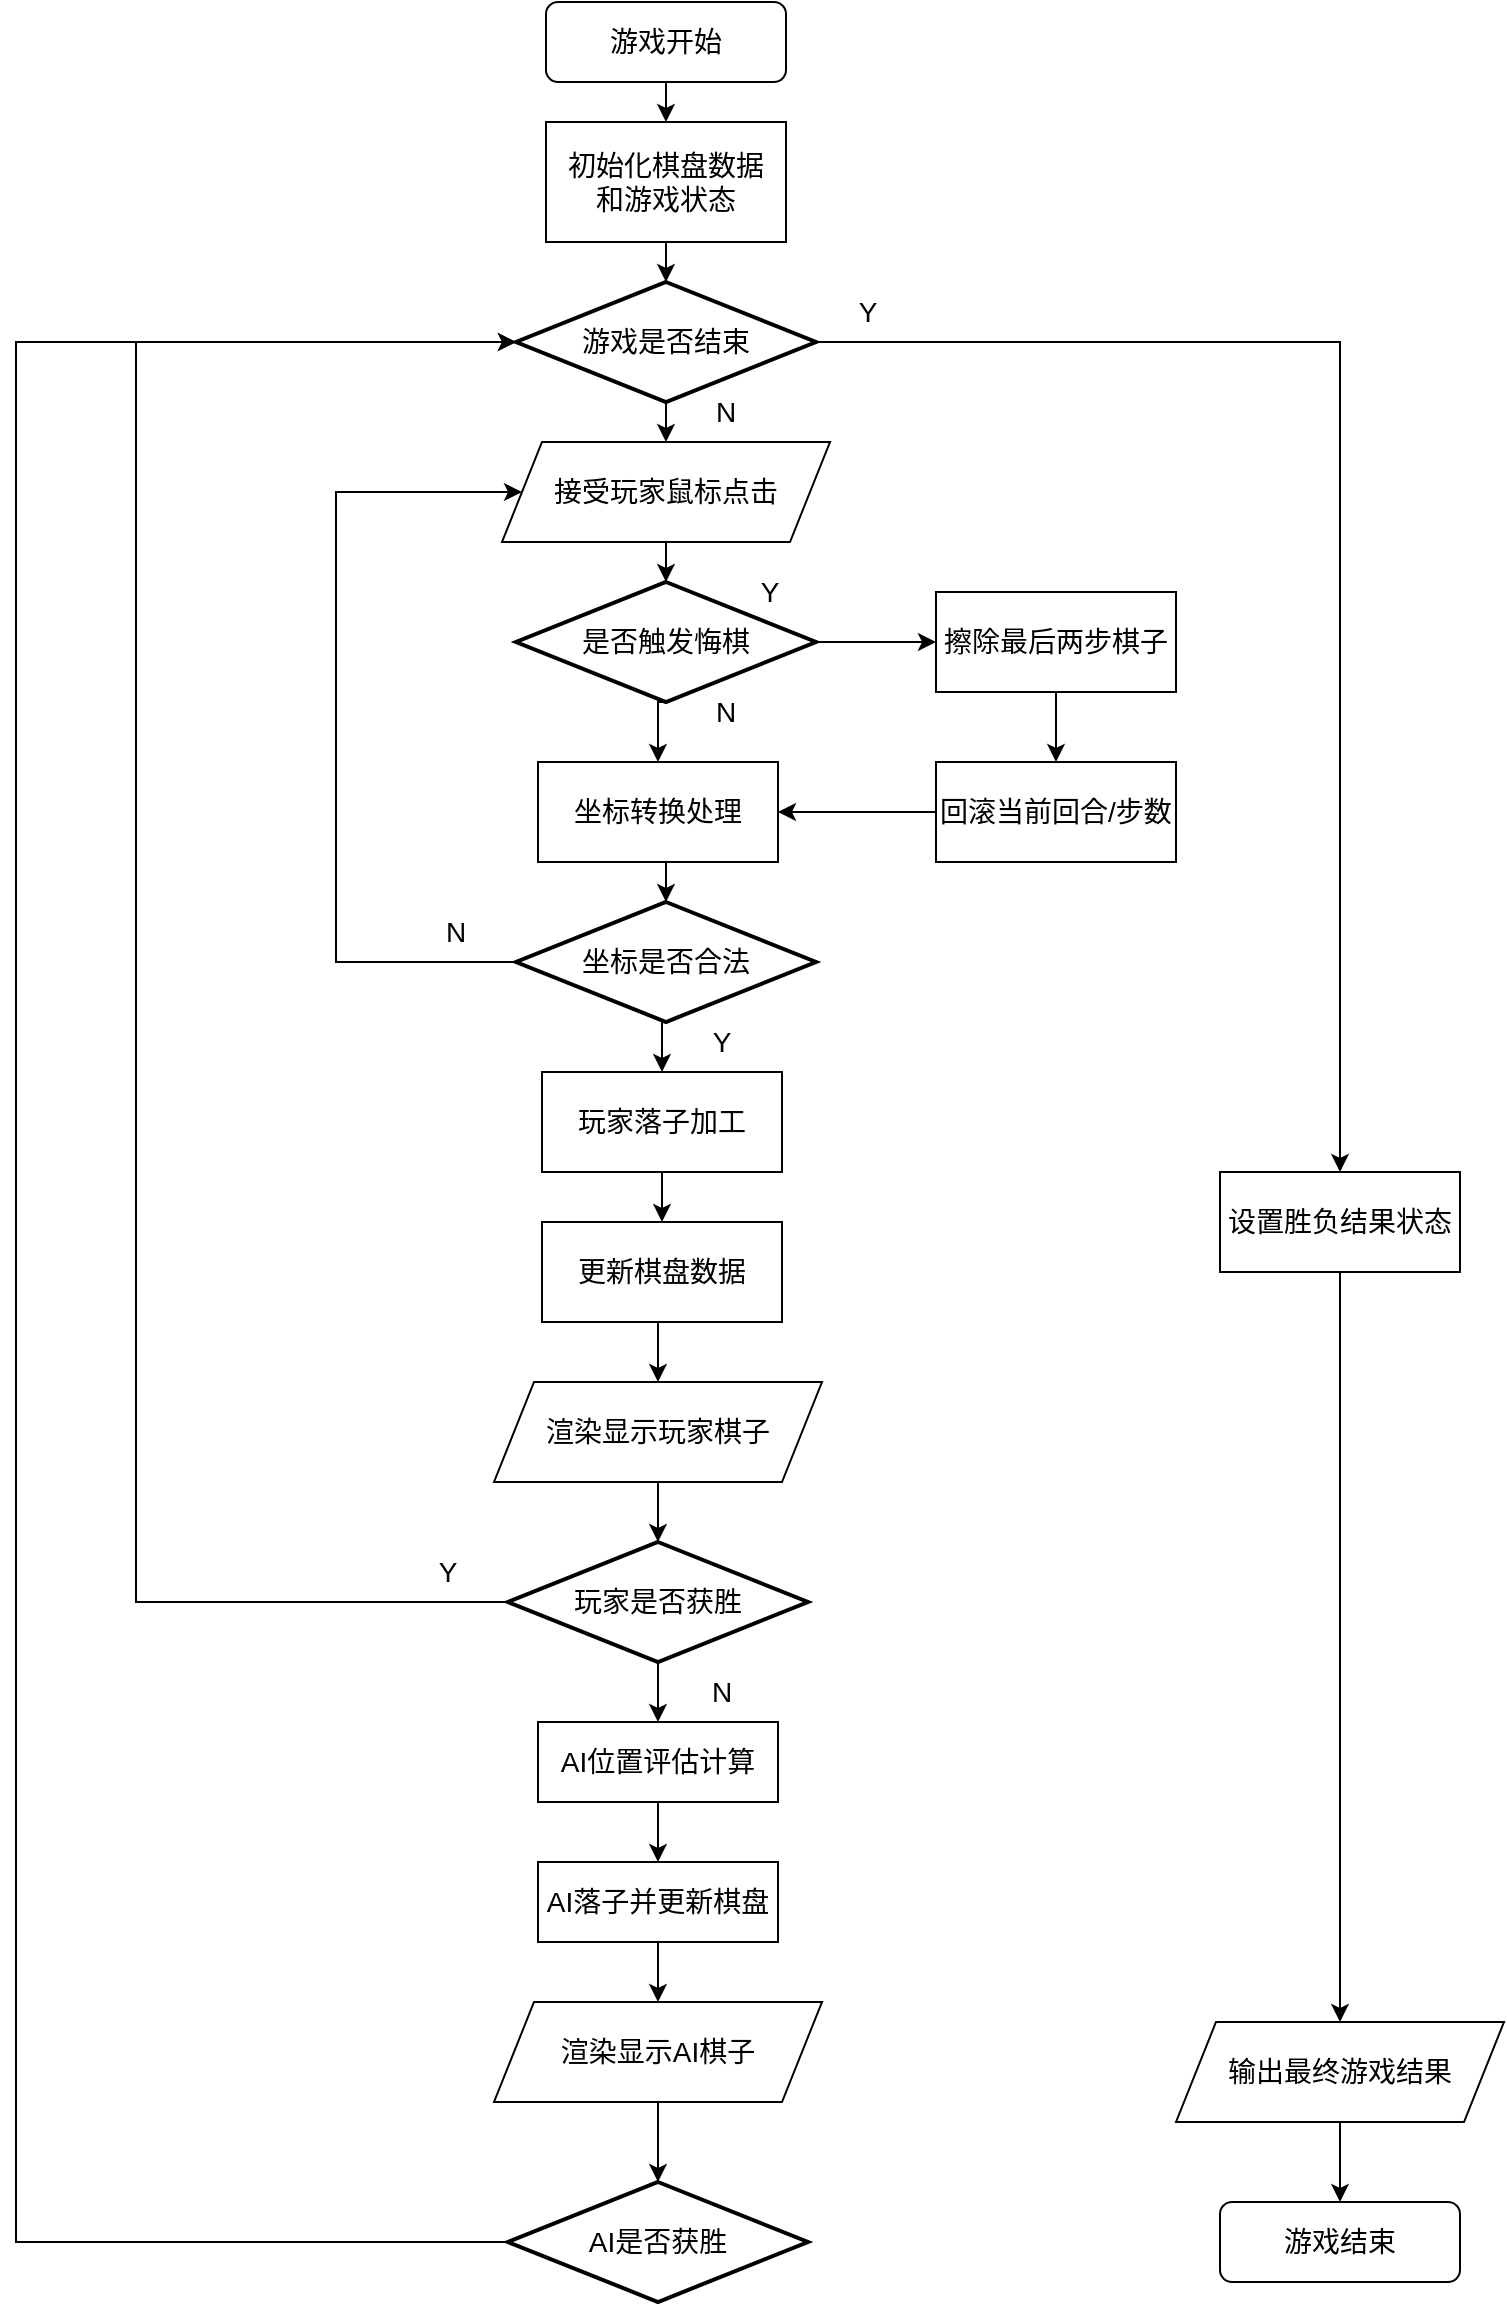
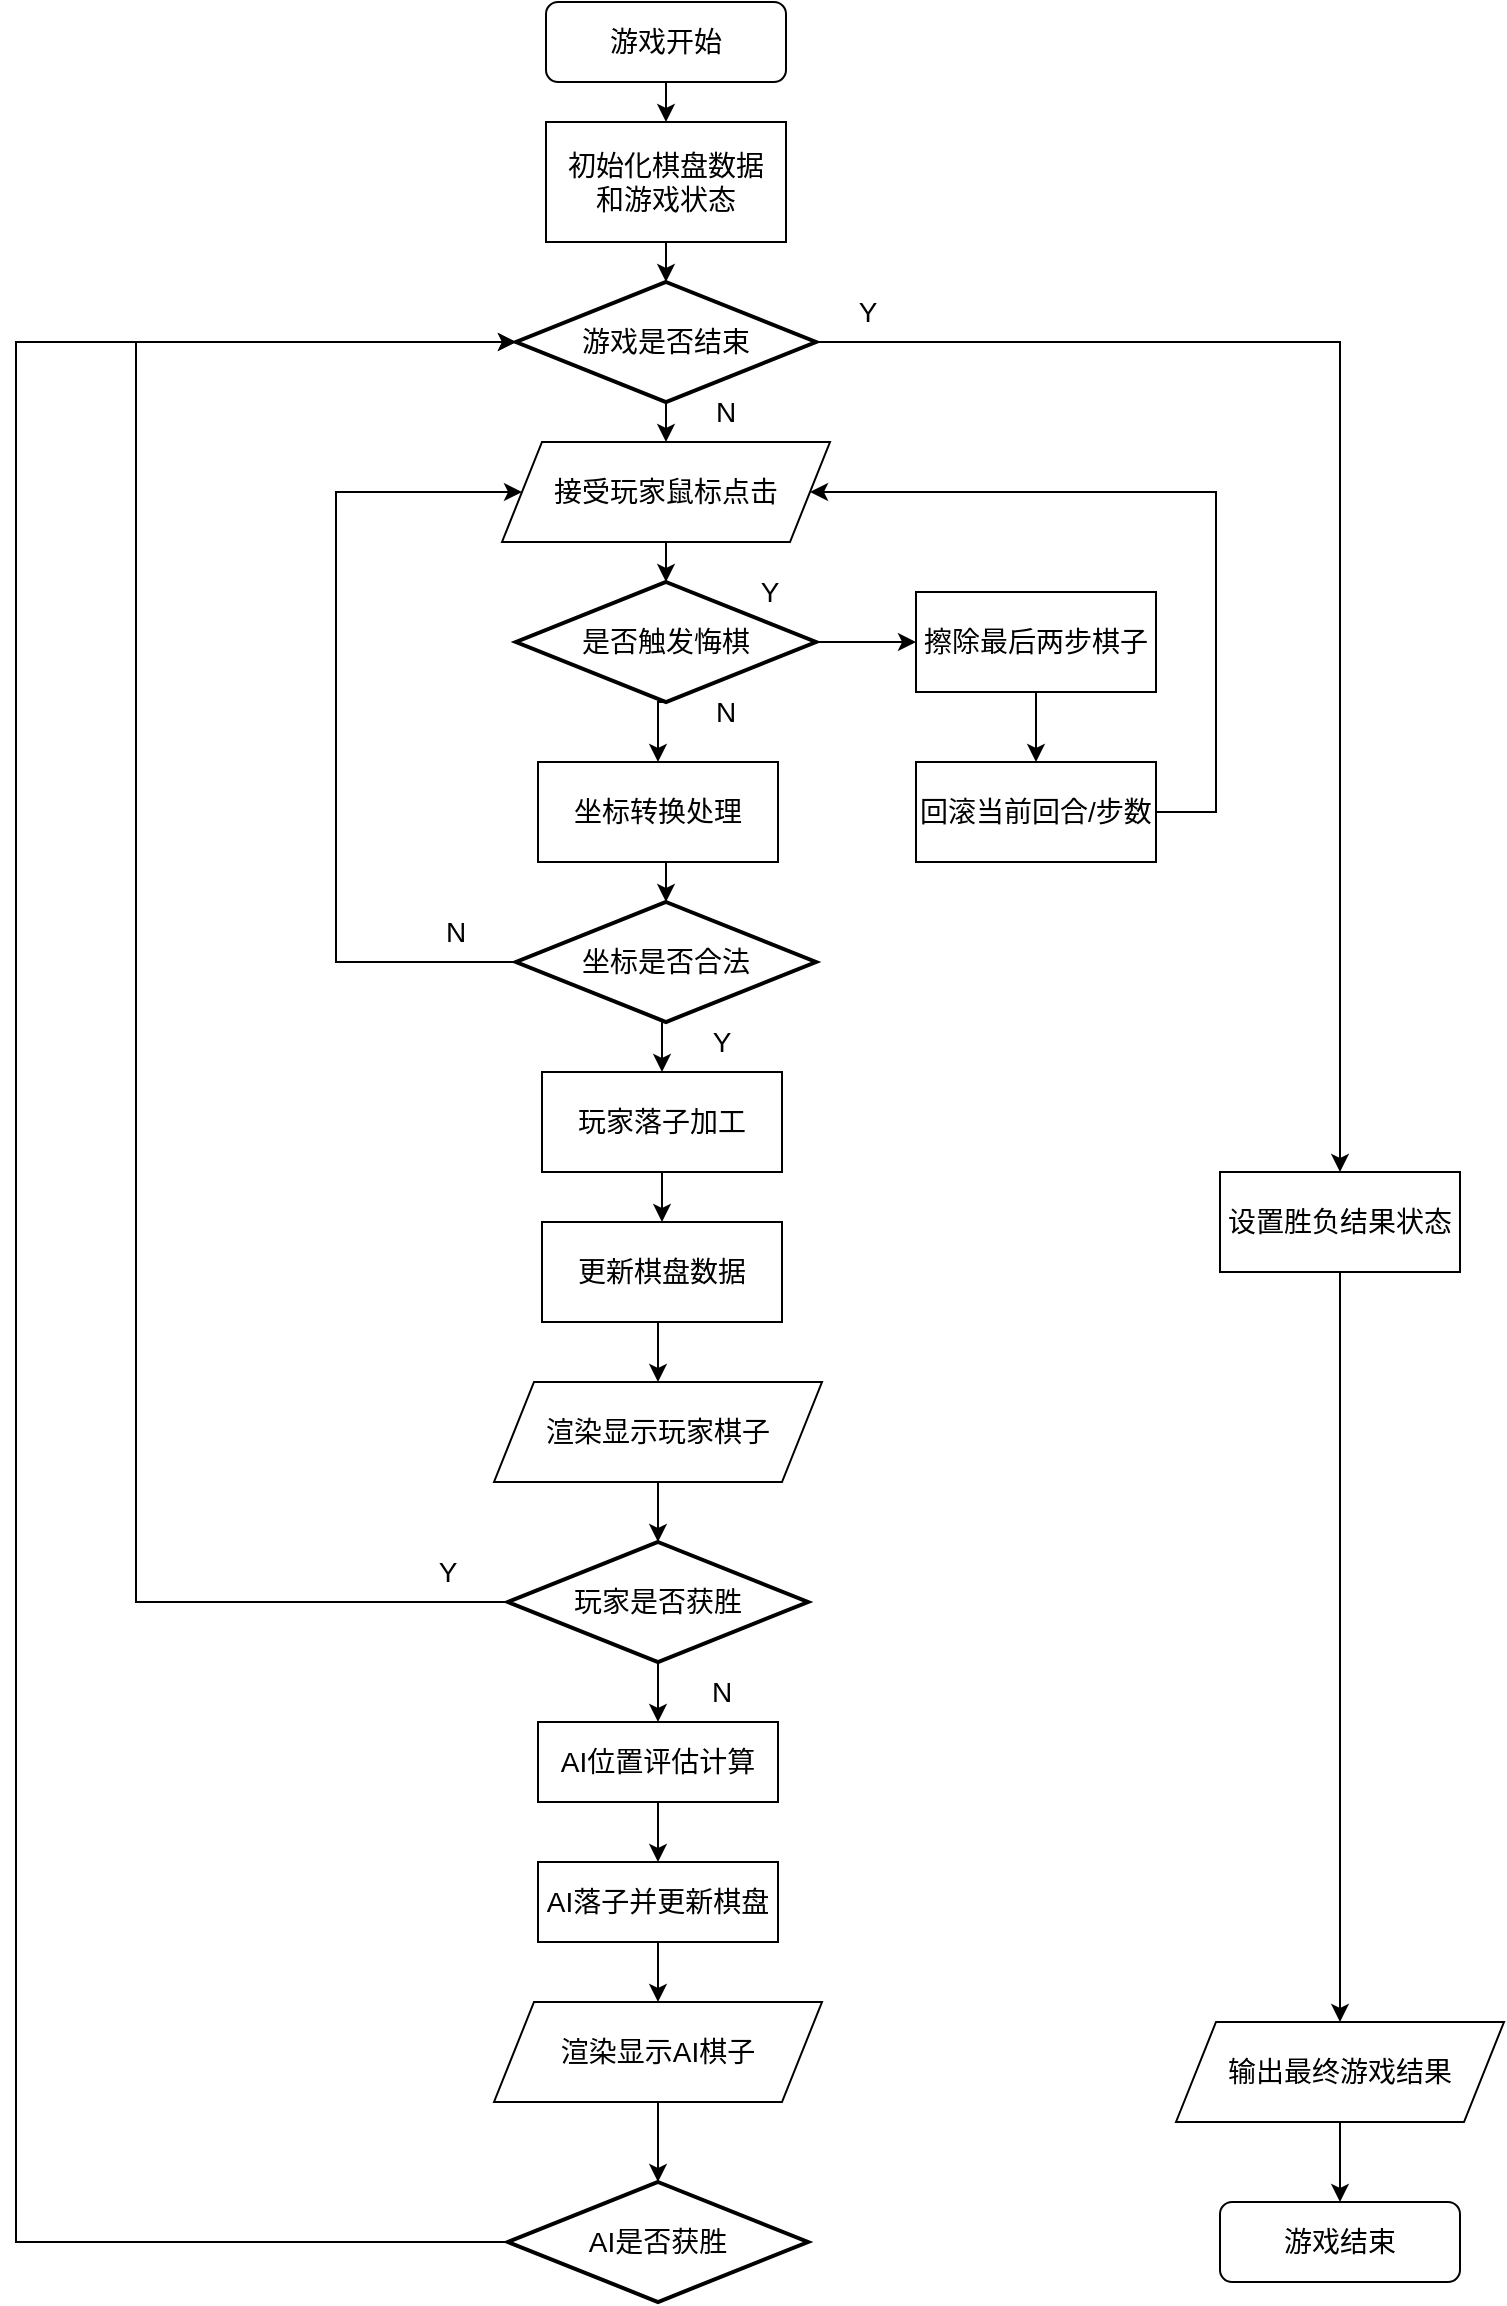
<mxfile host="app.diagrams.net">
  <diagram name="Page-1" id="Ut53iUmTTLsHKbGdxMO9">
    <mxGraphModel dx="2054" dy="1198" grid="1" gridSize="10" guides="1" tooltips="1" connect="1" arrows="1" fold="1" page="1" pageScale="1" pageWidth="827" pageHeight="1169" math="0" shadow="0">
      <root>
        <mxCell id="0" />
        <mxCell id="1" parent="0" />
        <mxCell id="LBzLqDpE-ghOYlSVNWWL-11" edge="1" parent="1" source="LBzLqDpE-ghOYlSVNWWL-4" style="edgeStyle=orthogonalEdgeStyle;rounded=0;orthogonalLoop=1;jettySize=auto;html=1;exitX=0.5;exitY=1;exitDx=0;exitDy=0;exitPerimeter=0;entryX=0.5;entryY=0;entryDx=0;entryDy=0;" target="LBzLqDpE-ghOYlSVNWWL-9">
          <mxGeometry relative="1" as="geometry" />
        </mxCell>
        <mxCell id="LBzLqDpE-ghOYlSVNWWL-51" edge="1" parent="1" source="LBzLqDpE-ghOYlSVNWWL-4" style="edgeStyle=orthogonalEdgeStyle;rounded=0;orthogonalLoop=1;jettySize=auto;html=1;exitX=1;exitY=0.5;exitDx=0;exitDy=0;exitPerimeter=0;entryX=0.5;entryY=0;entryDx=0;entryDy=0;" target="LBzLqDpE-ghOYlSVNWWL-45">
          <mxGeometry relative="1" as="geometry" />
        </mxCell>
        <mxCell id="LBzLqDpE-ghOYlSVNWWL-4" parent="1" style="strokeWidth=2;html=1;shape=mxgraph.flowchart.decision;whiteSpace=wrap;" value="&lt;font style=&quot;font-size: 14px;&quot;&gt;游戏是否结束&lt;/font&gt;" vertex="1">
          <mxGeometry height="60" width="150" x="320" y="159" as="geometry" />
        </mxCell>
        <mxCell id="LBzLqDpE-ghOYlSVNWWL-5" edge="1" parent="1" source="LBzLqDpE-ghOYlSVNWWL-6" style="edgeStyle=orthogonalEdgeStyle;rounded=0;orthogonalLoop=1;jettySize=auto;html=1;exitX=0.5;exitY=1;exitDx=0;exitDy=0;entryX=0.5;entryY=0;entryDx=0;entryDy=0;entryPerimeter=0;" target="LBzLqDpE-ghOYlSVNWWL-4">
          <mxGeometry relative="1" as="geometry">
            <mxPoint x="515" y="209" as="sourcePoint" />
          </mxGeometry>
        </mxCell>
        <mxCell id="LBzLqDpE-ghOYlSVNWWL-6" parent="1" style="rounded=0;whiteSpace=wrap;html=1;" value="&lt;font style=&quot;font-size: 14px;&quot;&gt;初始化棋盘数据&lt;/font&gt;&lt;div&gt;&lt;span style=&quot;font-size: 14px; background-color: transparent; color: light-dark(rgb(0, 0, 0), rgb(255, 255, 255));&quot;&gt;和游戏状态&lt;/span&gt;&lt;/div&gt;" vertex="1">
          <mxGeometry height="60" width="120" x="335" y="79" as="geometry" />
        </mxCell>
        <mxCell id="LBzLqDpE-ghOYlSVNWWL-8" edge="1" parent="1" source="LBzLqDpE-ghOYlSVNWWL-7" style="edgeStyle=orthogonalEdgeStyle;rounded=0;orthogonalLoop=1;jettySize=auto;html=1;exitX=0.5;exitY=1;exitDx=0;exitDy=0;entryX=0.5;entryY=0;entryDx=0;entryDy=0;" target="LBzLqDpE-ghOYlSVNWWL-6">
          <mxGeometry relative="1" as="geometry" />
        </mxCell>
        <mxCell id="LBzLqDpE-ghOYlSVNWWL-7" parent="1" style="rounded=1;whiteSpace=wrap;html=1;" value="&lt;font style=&quot;font-size: 14px;&quot;&gt;游戏开始&lt;/font&gt;" vertex="1">
          <mxGeometry height="40" width="120" x="335" y="19" as="geometry" />
        </mxCell>
        <mxCell id="LBzLqDpE-ghOYlSVNWWL-9" parent="1" style="shape=parallelogram;perimeter=parallelogramPerimeter;whiteSpace=wrap;html=1;fixedSize=1;" value="&lt;font style=&quot;font-size: 14px;&quot;&gt;接受玩家鼠标点击&lt;/font&gt;" vertex="1">
          <mxGeometry height="50" width="164" x="313" y="239" as="geometry" />
        </mxCell>
        <mxCell id="LBzLqDpE-ghOYlSVNWWL-12" parent="1" style="text;html=1;whiteSpace=wrap;strokeColor=none;fillColor=none;align=center;verticalAlign=middle;rounded=0;" value="&lt;font style=&quot;font-size: 14px;&quot;&gt;N&lt;/font&gt;" vertex="1">
          <mxGeometry height="30" width="60" x="395" y="209" as="geometry" />
        </mxCell>
        <mxCell id="LBzLqDpE-ghOYlSVNWWL-16" edge="1" parent="1" source="LBzLqDpE-ghOYlSVNWWL-13" style="edgeStyle=orthogonalEdgeStyle;rounded=0;orthogonalLoop=1;jettySize=auto;html=1;exitX=0.5;exitY=1;exitDx=0;exitDy=0;exitPerimeter=0;entryX=0.5;entryY=0;entryDx=0;entryDy=0;" target="LBzLqDpE-ghOYlSVNWWL-15">
          <mxGeometry relative="1" as="geometry" />
        </mxCell>
        <mxCell id="LBzLqDpE-ghOYlSVNWWL-13" parent="1" style="strokeWidth=2;html=1;shape=mxgraph.flowchart.decision;whiteSpace=wrap;" value="&lt;font style=&quot;font-size: 14px;&quot;&gt;是否触发悔棋&lt;/font&gt;" vertex="1">
          <mxGeometry height="60" width="150" x="320" y="309" as="geometry" />
        </mxCell>
        <mxCell id="LBzLqDpE-ghOYlSVNWWL-14" edge="1" parent="1" source="LBzLqDpE-ghOYlSVNWWL-9" style="edgeStyle=orthogonalEdgeStyle;rounded=0;orthogonalLoop=1;jettySize=auto;html=1;exitX=0.5;exitY=1;exitDx=0;exitDy=0;entryX=0.5;entryY=0;entryDx=0;entryDy=0;entryPerimeter=0;" target="LBzLqDpE-ghOYlSVNWWL-13">
          <mxGeometry relative="1" as="geometry" />
        </mxCell>
        <mxCell id="LBzLqDpE-ghOYlSVNWWL-15" parent="1" style="rounded=0;whiteSpace=wrap;html=1;" value="&lt;font style=&quot;font-size: 14px;&quot;&gt;坐标转换处理&lt;/font&gt;" vertex="1">
          <mxGeometry height="50" width="120" x="331" y="399" as="geometry" />
        </mxCell>
        <mxCell id="LBzLqDpE-ghOYlSVNWWL-17" parent="1" style="text;html=1;whiteSpace=wrap;strokeColor=none;fillColor=none;align=center;verticalAlign=middle;rounded=0;" value="&lt;font style=&quot;font-size: 14px;&quot;&gt;N&lt;/font&gt;" vertex="1">
          <mxGeometry height="30" width="60" x="395" y="359" as="geometry" />
        </mxCell>
        <mxCell id="LBzLqDpE-ghOYlSVNWWL-22" edge="1" parent="1" source="LBzLqDpE-ghOYlSVNWWL-18" style="rounded=0;orthogonalLoop=1;jettySize=auto;html=1;exitX=0.5;exitY=1;exitDx=0;exitDy=0;exitPerimeter=0;entryX=0.5;entryY=0;entryDx=0;entryDy=0;edgeStyle=orthogonalEdgeStyle;" target="LBzLqDpE-ghOYlSVNWWL-21">
          <mxGeometry relative="1" as="geometry" />
        </mxCell>
        <mxCell id="LBzLqDpE-ghOYlSVNWWL-79" edge="1" parent="1" source="LBzLqDpE-ghOYlSVNWWL-18" style="edgeStyle=orthogonalEdgeStyle;rounded=0;orthogonalLoop=1;jettySize=auto;html=1;exitX=0;exitY=0.5;exitDx=0;exitDy=0;exitPerimeter=0;entryX=0;entryY=0.5;entryDx=0;entryDy=0;" target="LBzLqDpE-ghOYlSVNWWL-9">
          <mxGeometry relative="1" as="geometry">
            <Array as="points">
              <mxPoint x="230" y="499" />
              <mxPoint x="230" y="264" />
            </Array>
          </mxGeometry>
        </mxCell>
        <mxCell id="LBzLqDpE-ghOYlSVNWWL-18" parent="1" style="strokeWidth=2;html=1;shape=mxgraph.flowchart.decision;whiteSpace=wrap;" value="&lt;font style=&quot;font-size: 14px;&quot;&gt;坐标是否合法&lt;/font&gt;" vertex="1">
          <mxGeometry height="60" width="150" x="320" y="469" as="geometry" />
        </mxCell>
        <mxCell id="LBzLqDpE-ghOYlSVNWWL-25" edge="1" parent="1" source="LBzLqDpE-ghOYlSVNWWL-21" style="edgeStyle=orthogonalEdgeStyle;rounded=0;orthogonalLoop=1;jettySize=auto;html=1;exitX=0.5;exitY=1;exitDx=0;exitDy=0;entryX=0.5;entryY=0;entryDx=0;entryDy=0;" target="LBzLqDpE-ghOYlSVNWWL-24">
          <mxGeometry relative="1" as="geometry" />
        </mxCell>
        <mxCell id="LBzLqDpE-ghOYlSVNWWL-21" parent="1" style="rounded=0;whiteSpace=wrap;html=1;" value="&lt;font style=&quot;font-size: 14px;&quot;&gt;玩家落子加工&lt;/font&gt;" vertex="1">
          <mxGeometry height="50" width="120" x="333" y="554" as="geometry" />
        </mxCell>
        <mxCell id="LBzLqDpE-ghOYlSVNWWL-23" parent="1" style="text;html=1;whiteSpace=wrap;strokeColor=none;fillColor=none;align=center;verticalAlign=middle;rounded=0;" value="&lt;font style=&quot;font-size: 14px;&quot;&gt;Y&lt;/font&gt;" vertex="1">
          <mxGeometry height="30" width="60" x="393" y="524" as="geometry" />
        </mxCell>
        <mxCell id="LBzLqDpE-ghOYlSVNWWL-27" edge="1" parent="1" source="LBzLqDpE-ghOYlSVNWWL-24" style="edgeStyle=orthogonalEdgeStyle;rounded=0;orthogonalLoop=1;jettySize=auto;html=1;exitX=0.5;exitY=1;exitDx=0;exitDy=0;entryX=0.5;entryY=0;entryDx=0;entryDy=0;" target="LBzLqDpE-ghOYlSVNWWL-26">
          <mxGeometry relative="1" as="geometry" />
        </mxCell>
        <mxCell id="LBzLqDpE-ghOYlSVNWWL-24" parent="1" style="rounded=0;whiteSpace=wrap;html=1;" value="&lt;font style=&quot;font-size: 14px;&quot;&gt;更新棋盘数据&lt;/font&gt;" vertex="1">
          <mxGeometry height="50" width="120" x="333" y="629" as="geometry" />
        </mxCell>
        <mxCell id="LBzLqDpE-ghOYlSVNWWL-26" parent="1" style="shape=parallelogram;perimeter=parallelogramPerimeter;whiteSpace=wrap;html=1;fixedSize=1;" value="&lt;font style=&quot;font-size: 14px;&quot;&gt;渲染显示玩家棋子&lt;/font&gt;" vertex="1">
          <mxGeometry height="50" width="164" x="309" y="709" as="geometry" />
        </mxCell>
        <mxCell id="LBzLqDpE-ghOYlSVNWWL-33" edge="1" parent="1" source="LBzLqDpE-ghOYlSVNWWL-30" style="edgeStyle=orthogonalEdgeStyle;rounded=0;orthogonalLoop=1;jettySize=auto;html=1;exitX=0.5;exitY=1;exitDx=0;exitDy=0;exitPerimeter=0;entryX=0.5;entryY=0;entryDx=0;entryDy=0;" target="LBzLqDpE-ghOYlSVNWWL-32">
          <mxGeometry relative="1" as="geometry" />
        </mxCell>
        <mxCell id="LBzLqDpE-ghOYlSVNWWL-30" parent="1" style="strokeWidth=2;html=1;shape=mxgraph.flowchart.decision;whiteSpace=wrap;" value="&lt;font style=&quot;font-size: 14px;&quot;&gt;玩家是否获胜&lt;/font&gt;" vertex="1">
          <mxGeometry height="60" width="150" x="316" y="789" as="geometry" />
        </mxCell>
        <mxCell id="LBzLqDpE-ghOYlSVNWWL-31" edge="1" parent="1" source="LBzLqDpE-ghOYlSVNWWL-26" style="edgeStyle=orthogonalEdgeStyle;rounded=0;orthogonalLoop=1;jettySize=auto;html=1;exitX=0.5;exitY=1;exitDx=0;exitDy=0;entryX=0.5;entryY=0;entryDx=0;entryDy=0;entryPerimeter=0;" target="LBzLqDpE-ghOYlSVNWWL-30">
          <mxGeometry relative="1" as="geometry" />
        </mxCell>
        <mxCell id="LBzLqDpE-ghOYlSVNWWL-37" edge="1" parent="1" source="LBzLqDpE-ghOYlSVNWWL-32" style="edgeStyle=orthogonalEdgeStyle;rounded=0;orthogonalLoop=1;jettySize=auto;html=1;exitX=0.5;exitY=1;exitDx=0;exitDy=0;entryX=0.5;entryY=0;entryDx=0;entryDy=0;" target="LBzLqDpE-ghOYlSVNWWL-35">
          <mxGeometry relative="1" as="geometry" />
        </mxCell>
        <mxCell id="LBzLqDpE-ghOYlSVNWWL-32" parent="1" style="rounded=0;whiteSpace=wrap;html=1;" value="&lt;font style=&quot;font-size: 14px;&quot;&gt;AI位置评估计算&lt;/font&gt;" vertex="1">
          <mxGeometry height="40" width="120" x="331" y="879" as="geometry" />
        </mxCell>
        <mxCell id="LBzLqDpE-ghOYlSVNWWL-34" parent="1" style="text;html=1;whiteSpace=wrap;strokeColor=none;fillColor=none;align=center;verticalAlign=middle;rounded=0;" value="&lt;font style=&quot;font-size: 14px;&quot;&gt;N&lt;/font&gt;" vertex="1">
          <mxGeometry height="30" width="60" x="393" y="849" as="geometry" />
        </mxCell>
        <mxCell id="LBzLqDpE-ghOYlSVNWWL-39" edge="1" parent="1" source="LBzLqDpE-ghOYlSVNWWL-35" style="edgeStyle=orthogonalEdgeStyle;rounded=0;orthogonalLoop=1;jettySize=auto;html=1;exitX=0.5;exitY=1;exitDx=0;exitDy=0;entryX=0.5;entryY=0;entryDx=0;entryDy=0;" target="LBzLqDpE-ghOYlSVNWWL-38">
          <mxGeometry relative="1" as="geometry" />
        </mxCell>
        <mxCell id="LBzLqDpE-ghOYlSVNWWL-35" parent="1" style="rounded=0;whiteSpace=wrap;html=1;" value="&lt;font style=&quot;font-size: 14px;&quot;&gt;AI落子并更新棋盘&lt;/font&gt;" vertex="1">
          <mxGeometry height="40" width="120" x="331" y="949" as="geometry" />
        </mxCell>
        <mxCell id="LBzLqDpE-ghOYlSVNWWL-38" parent="1" style="shape=parallelogram;perimeter=parallelogramPerimeter;whiteSpace=wrap;html=1;fixedSize=1;" value="&lt;font style=&quot;font-size: 14px;&quot;&gt;渲染显示AI棋子&lt;/font&gt;" vertex="1">
          <mxGeometry height="50" width="164" x="309" y="1019" as="geometry" />
        </mxCell>
        <mxCell id="LBzLqDpE-ghOYlSVNWWL-40" parent="1" style="strokeWidth=2;html=1;shape=mxgraph.flowchart.decision;whiteSpace=wrap;" value="&lt;font style=&quot;font-size: 14px;&quot;&gt;AI是否获胜&lt;/font&gt;" vertex="1">
          <mxGeometry height="60" width="150" x="316" y="1109" as="geometry" />
        </mxCell>
        <mxCell id="LBzLqDpE-ghOYlSVNWWL-41" edge="1" parent="1" source="LBzLqDpE-ghOYlSVNWWL-38" style="edgeStyle=orthogonalEdgeStyle;rounded=0;orthogonalLoop=1;jettySize=auto;html=1;exitX=0.5;exitY=1;exitDx=0;exitDy=0;entryX=0.5;entryY=0;entryDx=0;entryDy=0;entryPerimeter=0;" target="LBzLqDpE-ghOYlSVNWWL-40">
          <mxGeometry relative="1" as="geometry" />
        </mxCell>
        <mxCell id="LBzLqDpE-ghOYlSVNWWL-55" edge="1" parent="1" source="LBzLqDpE-ghOYlSVNWWL-42" style="edgeStyle=orthogonalEdgeStyle;rounded=0;orthogonalLoop=1;jettySize=auto;html=1;exitX=0.5;exitY=1;exitDx=0;exitDy=0;entryX=0.5;entryY=0;entryDx=0;entryDy=0;" target="LBzLqDpE-ghOYlSVNWWL-43">
          <mxGeometry relative="1" as="geometry" />
        </mxCell>
        <mxCell id="LBzLqDpE-ghOYlSVNWWL-42" parent="1" style="shape=parallelogram;perimeter=parallelogramPerimeter;whiteSpace=wrap;html=1;fixedSize=1;" value="&lt;font style=&quot;font-size: 14px;&quot;&gt;输出最终游戏结果&lt;/font&gt;" vertex="1">
          <mxGeometry height="50" width="164" x="650" y="1029" as="geometry" />
        </mxCell>
        <mxCell id="LBzLqDpE-ghOYlSVNWWL-43" parent="1" style="rounded=1;whiteSpace=wrap;html=1;" value="&lt;font style=&quot;font-size: 14px;&quot;&gt;游戏结束&lt;/font&gt;" vertex="1">
          <mxGeometry height="40" width="120" x="672" y="1119" as="geometry" />
        </mxCell>
        <mxCell id="LBzLqDpE-ghOYlSVNWWL-54" edge="1" parent="1" source="LBzLqDpE-ghOYlSVNWWL-45" style="edgeStyle=orthogonalEdgeStyle;rounded=0;orthogonalLoop=1;jettySize=auto;html=1;exitX=0.5;exitY=1;exitDx=0;exitDy=0;entryX=0.5;entryY=0;entryDx=0;entryDy=0;" target="LBzLqDpE-ghOYlSVNWWL-42">
          <mxGeometry relative="1" as="geometry" />
        </mxCell>
        <mxCell id="LBzLqDpE-ghOYlSVNWWL-45" parent="1" style="rounded=0;whiteSpace=wrap;html=1;" value="&lt;font style=&quot;font-size: 14px;&quot;&gt;设置胜负结果状态&lt;/font&gt;" vertex="1">
          <mxGeometry height="50" width="120" x="672" y="604" as="geometry" />
        </mxCell>
        <mxCell id="LBzLqDpE-ghOYlSVNWWL-53" edge="1" parent="1" source="LBzLqDpE-ghOYlSVNWWL-46" style="edgeStyle=orthogonalEdgeStyle;rounded=0;orthogonalLoop=1;jettySize=auto;html=1;exitX=0.5;exitY=1;exitDx=0;exitDy=0;entryX=0.5;entryY=0;entryDx=0;entryDy=0;" target="LBzLqDpE-ghOYlSVNWWL-50">
          <mxGeometry relative="1" as="geometry" />
        </mxCell>
        <mxCell id="LBzLqDpE-ghOYlSVNWWL-46" parent="1" style="rounded=0;whiteSpace=wrap;html=1;" value="&lt;font style=&quot;font-size: 14px;&quot;&gt;擦除最后两步棋子&lt;/font&gt;" vertex="1">
-           <mxGeometry height="50" width="120" x="530" y="314" as="geometry" />
+           <mxGeometry height="50" width="120" x="520" y="314" as="geometry" />
        </mxCell>
        <mxCell id="LBzLqDpE-ghOYlSVNWWL-48" parent="1" style="text;html=1;whiteSpace=wrap;strokeColor=none;fillColor=none;align=center;verticalAlign=middle;rounded=0;" value="&lt;font style=&quot;font-size: 14px;&quot;&gt;Y&lt;/font&gt;" vertex="1">
          <mxGeometry height="30" width="60" x="417" y="299" as="geometry" />
        </mxCell>
-         <mxCell id="LBzLqDpE-ghOYlSVNWWL-64" edge="1" parent="1" source="LBzLqDpE-ghOYlSVNWWL-50" style="edgeStyle=orthogonalEdgeStyle;rounded=0;orthogonalLoop=1;jettySize=auto;html=1;exitX=0;exitY=0.5;exitDx=0;exitDy=0;entryX=1;entryY=0.5;entryDx=0;entryDy=0;" target="LBzLqDpE-ghOYlSVNWWL-15">
-           <mxGeometry relative="1" as="geometry" />
+         <mxCell id="LBzLqDpE-ghOYlSVNWWL-83" edge="1" parent="1" source="LBzLqDpE-ghOYlSVNWWL-50" style="edgeStyle=orthogonalEdgeStyle;rounded=0;orthogonalLoop=1;jettySize=auto;html=1;exitX=1;exitY=0.5;exitDx=0;exitDy=0;entryX=1;entryY=0.5;entryDx=0;entryDy=0;" target="LBzLqDpE-ghOYlSVNWWL-9">
+           <mxGeometry relative="1" as="geometry">
+             <Array as="points">
+               <mxPoint x="670" y="424" />
+               <mxPoint x="670" y="264" />
+             </Array>
+           </mxGeometry>
        </mxCell>
        <mxCell id="LBzLqDpE-ghOYlSVNWWL-50" parent="1" style="rounded=0;whiteSpace=wrap;html=1;" value="&lt;font style=&quot;font-size: 14px;&quot;&gt;回滚当前回合/步数&lt;/font&gt;" vertex="1">
-           <mxGeometry height="50" width="120" x="530" y="399" as="geometry" />
+           <mxGeometry height="50" width="120" x="520" y="399" as="geometry" />
        </mxCell>
        <mxCell id="LBzLqDpE-ghOYlSVNWWL-52" parent="1" style="text;html=1;whiteSpace=wrap;strokeColor=none;fillColor=none;align=center;verticalAlign=middle;rounded=0;" value="&lt;font style=&quot;font-size: 14px;&quot;&gt;Y&lt;/font&gt;" vertex="1">
          <mxGeometry height="30" width="60" x="466" y="159" as="geometry" />
        </mxCell>
        <mxCell id="LBzLqDpE-ghOYlSVNWWL-57" edge="1" parent="1" source="LBzLqDpE-ghOYlSVNWWL-40" style="edgeStyle=orthogonalEdgeStyle;rounded=0;orthogonalLoop=1;jettySize=auto;html=1;entryX=0;entryY=0.5;entryDx=0;entryDy=0;entryPerimeter=0;exitX=0;exitY=0.5;exitDx=0;exitDy=0;exitPerimeter=0;" target="LBzLqDpE-ghOYlSVNWWL-4">
          <mxGeometry relative="1" as="geometry">
            <Array as="points">
              <mxPoint x="70" y="1139" />
              <mxPoint x="70" y="189" />
            </Array>
            <mxPoint x="170" y="1059" as="sourcePoint" />
            <mxPoint x="147" y="189" as="targetPoint" />
          </mxGeometry>
        </mxCell>
        <mxCell id="LBzLqDpE-ghOYlSVNWWL-62" edge="1" parent="1" source="LBzLqDpE-ghOYlSVNWWL-30" style="edgeStyle=orthogonalEdgeStyle;rounded=0;orthogonalLoop=1;jettySize=auto;html=1;exitX=0;exitY=0.5;exitDx=0;exitDy=0;exitPerimeter=0;entryX=0;entryY=0.5;entryDx=0;entryDy=0;entryPerimeter=0;" target="LBzLqDpE-ghOYlSVNWWL-4">
          <mxGeometry relative="1" as="geometry">
            <Array as="points">
              <mxPoint x="130" y="819" />
              <mxPoint x="130" y="189" />
            </Array>
          </mxGeometry>
        </mxCell>
        <mxCell id="LBzLqDpE-ghOYlSVNWWL-63" parent="1" style="text;html=1;whiteSpace=wrap;strokeColor=none;fillColor=none;align=center;verticalAlign=middle;rounded=0;" value="&lt;font style=&quot;font-size: 14px;&quot;&gt;Y&lt;/font&gt;" vertex="1">
          <mxGeometry height="30" width="60" x="256" y="789" as="geometry" />
        </mxCell>
        <mxCell id="LBzLqDpE-ghOYlSVNWWL-73" parent="1" style="text;html=1;whiteSpace=wrap;strokeColor=none;fillColor=none;align=center;verticalAlign=middle;rounded=0;" value="&lt;font style=&quot;font-size: 14px;&quot;&gt;N&lt;/font&gt;" vertex="1">
          <mxGeometry height="30" width="60" x="260" y="469" as="geometry" />
        </mxCell>
        <mxCell id="LBzLqDpE-ghOYlSVNWWL-75" edge="1" parent="1" source="LBzLqDpE-ghOYlSVNWWL-15" style="edgeStyle=orthogonalEdgeStyle;rounded=0;orthogonalLoop=1;jettySize=auto;html=1;exitX=0.5;exitY=1;exitDx=0;exitDy=0;entryX=0.5;entryY=0;entryDx=0;entryDy=0;entryPerimeter=0;" target="LBzLqDpE-ghOYlSVNWWL-18">
          <mxGeometry relative="1" as="geometry" />
        </mxCell>
        <mxCell id="LBzLqDpE-ghOYlSVNWWL-77" edge="1" parent="1" source="LBzLqDpE-ghOYlSVNWWL-13" style="edgeStyle=orthogonalEdgeStyle;rounded=0;orthogonalLoop=1;jettySize=auto;html=1;exitX=1;exitY=0.5;exitDx=0;exitDy=0;exitPerimeter=0;entryX=0;entryY=0.5;entryDx=0;entryDy=0;" target="LBzLqDpE-ghOYlSVNWWL-46">
          <mxGeometry relative="1" as="geometry" />
        </mxCell>
      </root>
    </mxGraphModel>
  </diagram>
</mxfile>
